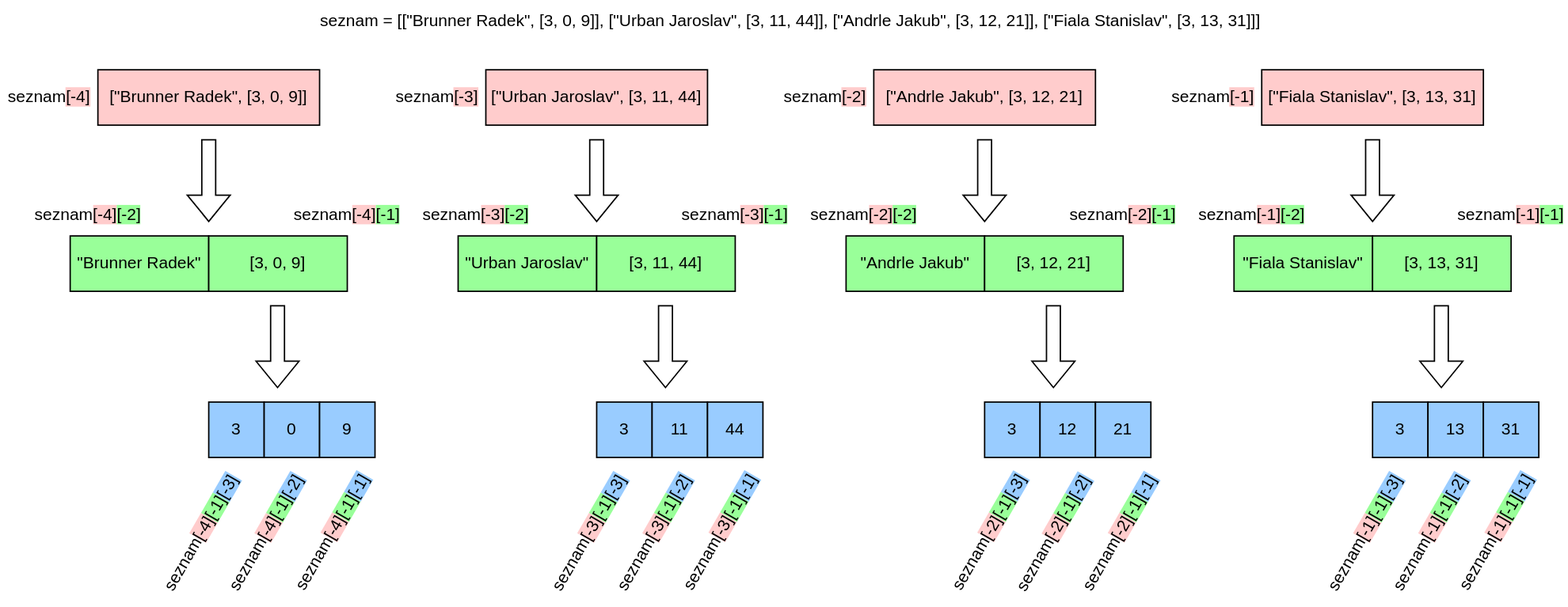
Above: images/Indexování-Page-2.drawio.svg in pesikj/da-pracovni-skupiny (draw.io), before the change. Source tidied: cells renumbered, new cells last; positions are measured from the earlier drawing's top-left corner, leaving out a move shared by most shapes.
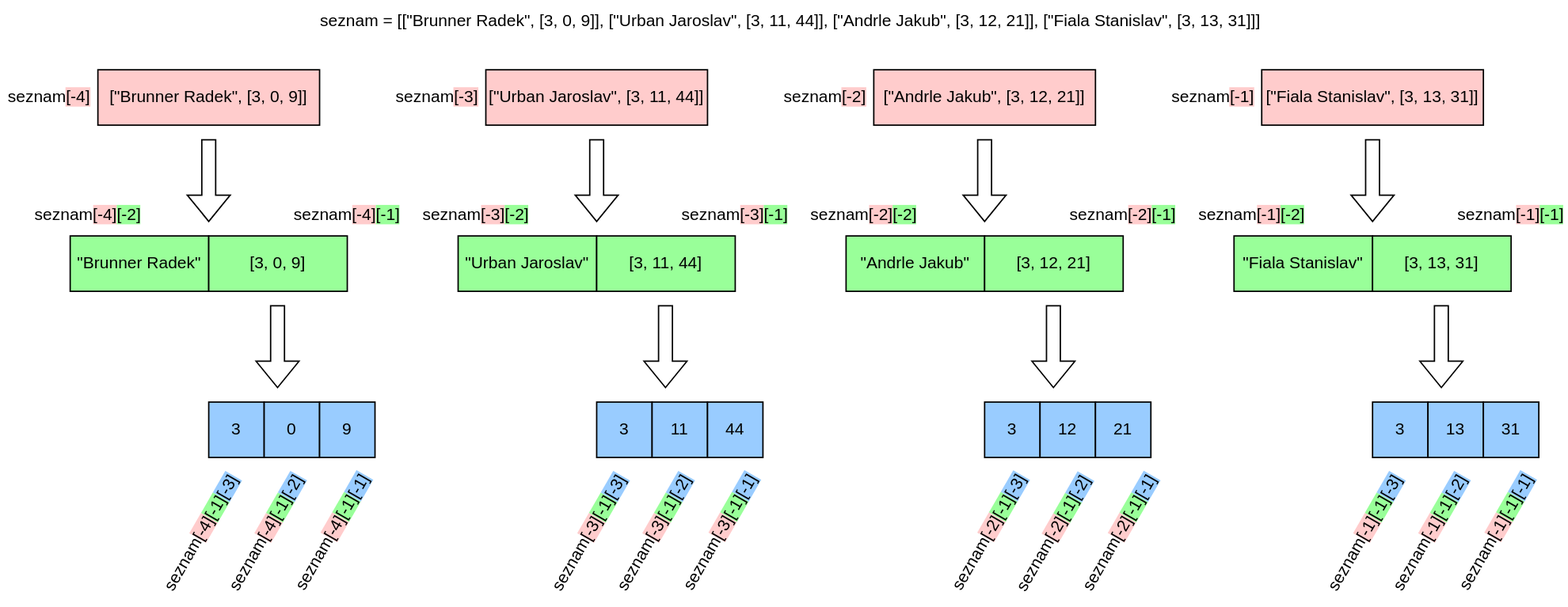
After the commit.

Commit message:
Oprava obrázků

Diff of the diagram source:
```diff
@@ -44,7 +44,7 @@
     <mxCell id="13" value="seznam&lt;span style=&quot;background-color: rgb(255, 204, 204);&quot;&gt;[-4]&lt;/span&gt;&lt;span style=&quot;background-color: rgb(153, 255, 153);&quot;&gt;[-1]&lt;/span&gt;" style="text;html=1;strokeColor=none;fillColor=none;align=center;verticalAlign=middle;whiteSpace=wrap;rounded=0;" parent="1" vertex="1">
       <mxGeometry x="210" y="140" width="80" height="30" as="geometry" />
     </mxCell>
-    <mxCell id="14" value="[&quot;Urban Jaroslav&quot;, [3, 11, 44]" style="rounded=0;whiteSpace=wrap;html=1;fillColor=#FFCCCC;" parent="1" vertex="1">
+    <mxCell id="14" value="[&quot;Urban Jaroslav&quot;, [3, 11, 44]]" style="rounded=0;whiteSpace=wrap;html=1;fillColor=#FFCCCC;" parent="1" vertex="1">
       <mxGeometry x="350" y="50" width="160" height="40" as="geometry" />
     </mxCell>
     <mxCell id="15" value="seznam&lt;span style=&quot;background-color: rgb(255, 204, 204);&quot;&gt;[-3]&lt;/span&gt;" style="text;html=1;strokeColor=none;fillColor=none;align=center;verticalAlign=middle;whiteSpace=wrap;rounded=0;" parent="1" vertex="1">
@@ -83,7 +83,7 @@
     <mxCell id="24" value="seznam&lt;span style=&quot;background-color: rgb(255, 204, 204);&quot;&gt;[-3]&lt;/span&gt;&lt;span style=&quot;background-color: rgb(153, 255, 153);&quot;&gt;[-1]&lt;/span&gt;" style="text;html=1;strokeColor=none;fillColor=none;align=center;verticalAlign=middle;whiteSpace=wrap;rounded=0;" parent="1" vertex="1">
       <mxGeometry x="490" y="140" width="80" height="30" as="geometry" />
     </mxCell>
-    <mxCell id="25" value="[&quot;Andrle Jakub&quot;, [3, 12, 21]" style="rounded=0;whiteSpace=wrap;html=1;fillColor=#FFCCCC;" parent="1" vertex="1">
+    <mxCell id="25" value="[&quot;Andrle Jakub&quot;, [3, 12, 21]]" style="rounded=0;whiteSpace=wrap;html=1;fillColor=#FFCCCC;" parent="1" vertex="1">
       <mxGeometry x="630" y="50" width="160" height="40" as="geometry" />
     </mxCell>
     <mxCell id="26" value="seznam&lt;span style=&quot;background-color: rgb(255, 204, 204);&quot;&gt;[-2]&lt;/span&gt;" style="text;html=1;strokeColor=none;fillColor=none;align=center;verticalAlign=middle;whiteSpace=wrap;rounded=0;" parent="1" vertex="1">
@@ -122,7 +122,7 @@
     <mxCell id="35" value="seznam&lt;span style=&quot;background-color: rgb(255, 204, 204);&quot;&gt;[-2]&lt;/span&gt;&lt;span style=&quot;background-color: rgb(153, 255, 153);&quot;&gt;[-2]&lt;/span&gt;" style="text;html=1;strokeColor=none;fillColor=none;align=center;verticalAlign=middle;whiteSpace=wrap;rounded=0;" parent="1" vertex="1">
       <mxGeometry x="582.5" y="140" width="80" height="30" as="geometry" />
     </mxCell>
-    <mxCell id="36" value="[&quot;Fiala Stanislav&quot;, [3, 13, 31]" style="rounded=0;whiteSpace=wrap;html=1;fillColor=#FFCCCC;" parent="1" vertex="1">
+    <mxCell id="36" value="[&quot;Fiala Stanislav&quot;, [3, 13, 31]]" style="rounded=0;whiteSpace=wrap;html=1;fillColor=#FFCCCC;" parent="1" vertex="1">
       <mxGeometry x="910" y="50" width="160" height="40" as="geometry" />
     </mxCell>
     <mxCell id="37" value="seznam&lt;span style=&quot;background-color: rgb(255, 204, 204);&quot;&gt;[-1]&lt;/span&gt;" style="text;html=1;strokeColor=none;fillColor=none;align=center;verticalAlign=middle;whiteSpace=wrap;rounded=0;" parent="1" vertex="1">
```
